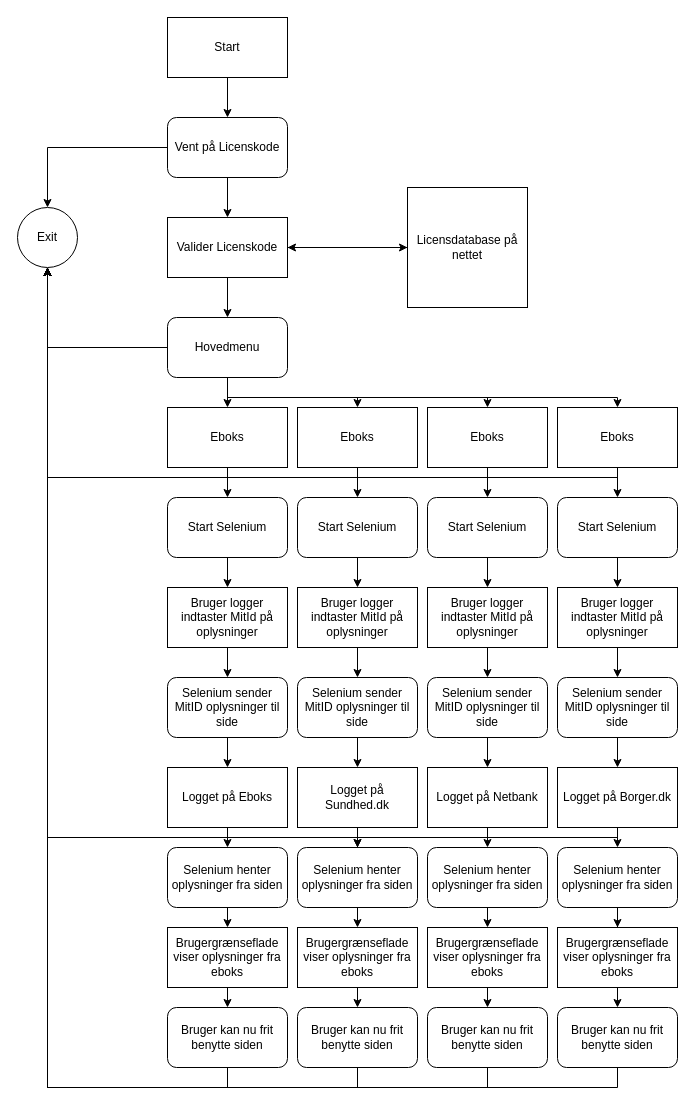
This is Untitled Diagram.drawio from GuffeTheGreat/TekAEksamensProjekt, a draw.io file, before an edit. Source tidied: cells renumbered, new cells numbered last; positions are measured from the earlier drawing's top-left corner, leaving out a move shared by most shapes. Both pictures are drawn from the tidied source at 100%, with x=0, y=0 at pixel (17, 17).
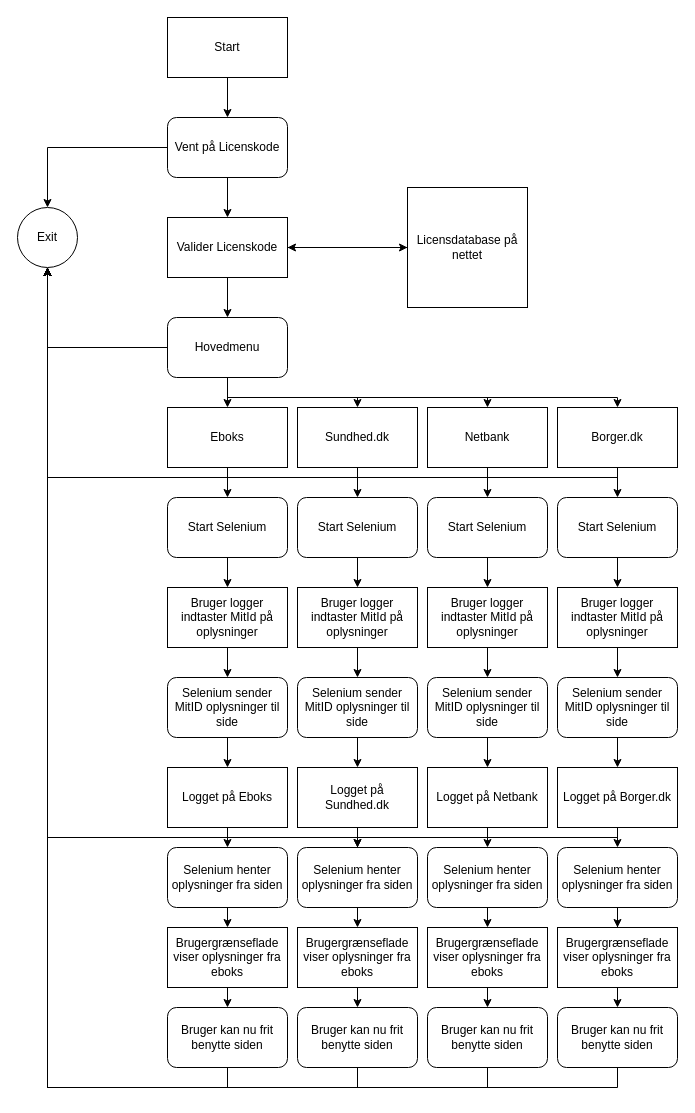
The same diagram, later.

The edit, as a diff of the source:
```diff
@@
-    <mxCell id="39" value="Eboks" style="rounded=0;whiteSpace=wrap;html=1;" parent="1" vertex="1">
+    <mxCell id="39" value="Sundhed.dk" style="rounded=0;whiteSpace=wrap;html=1;" parent="1" vertex="1">
       <mxGeometry x="280" y="390" width="120" height="60" as="geometry" />
     </mxCell>
@@
-    <mxCell id="42" value="Eboks" style="rounded=0;whiteSpace=wrap;html=1;" parent="1" vertex="1">
+    <mxCell id="42" value="Netbank" style="rounded=0;whiteSpace=wrap;html=1;" parent="1" vertex="1">
       <mxGeometry x="410" y="390" width="120" height="60" as="geometry" />
     </mxCell>
@@
-    <mxCell id="45" value="Eboks" style="rounded=0;whiteSpace=wrap;html=1;" parent="1" vertex="1">
+    <mxCell id="45" value="Borger.dk" style="rounded=0;whiteSpace=wrap;html=1;" parent="1" vertex="1">
       <mxGeometry x="540" y="390" width="120" height="60" as="geometry" />
     </mxCell>
```
